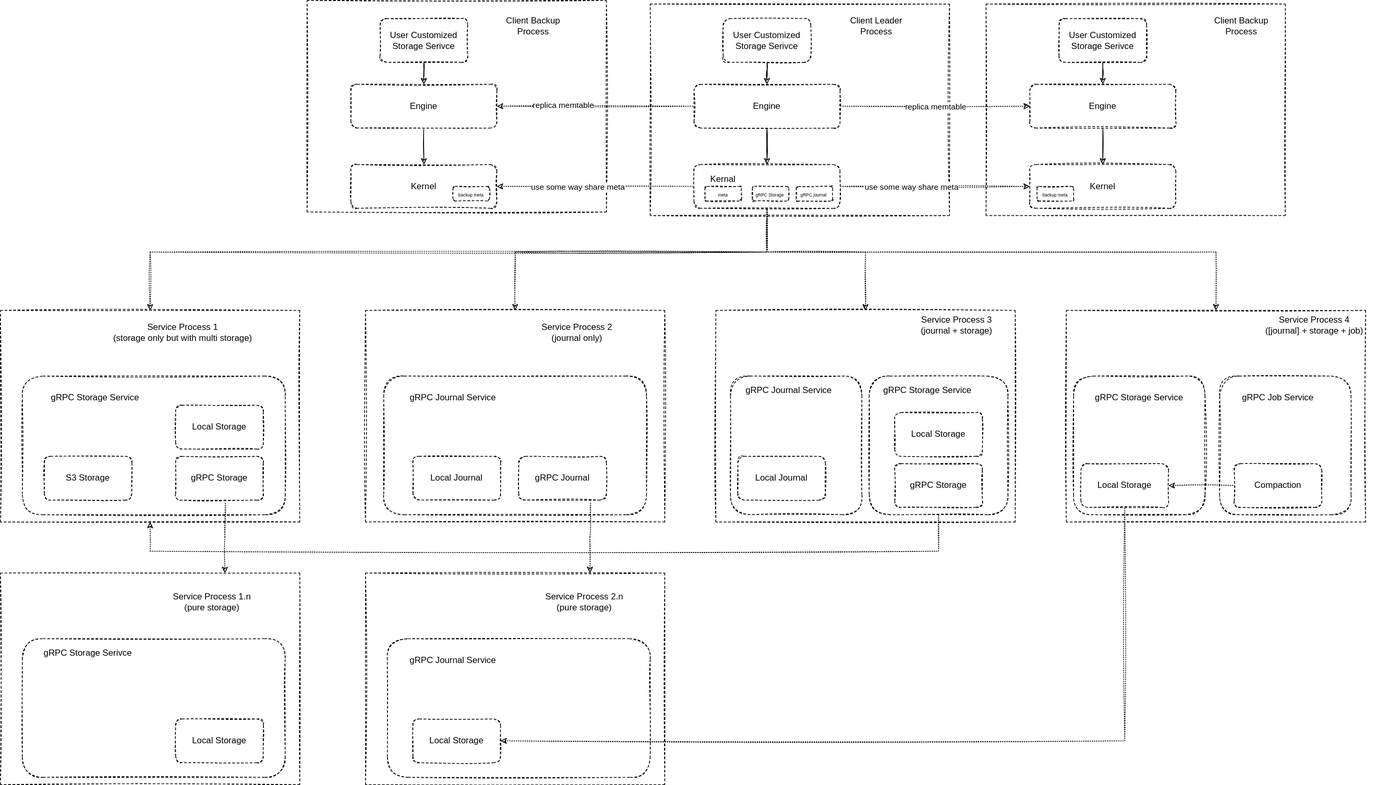
zojw/misc keeps this draw.io diagram as ep.svg. Above is the earlier version. Source tidied: cells renumbered, new cells last; positions are measured from the earlier drawing's top-left corner, leaving out a move shared by most shapes.
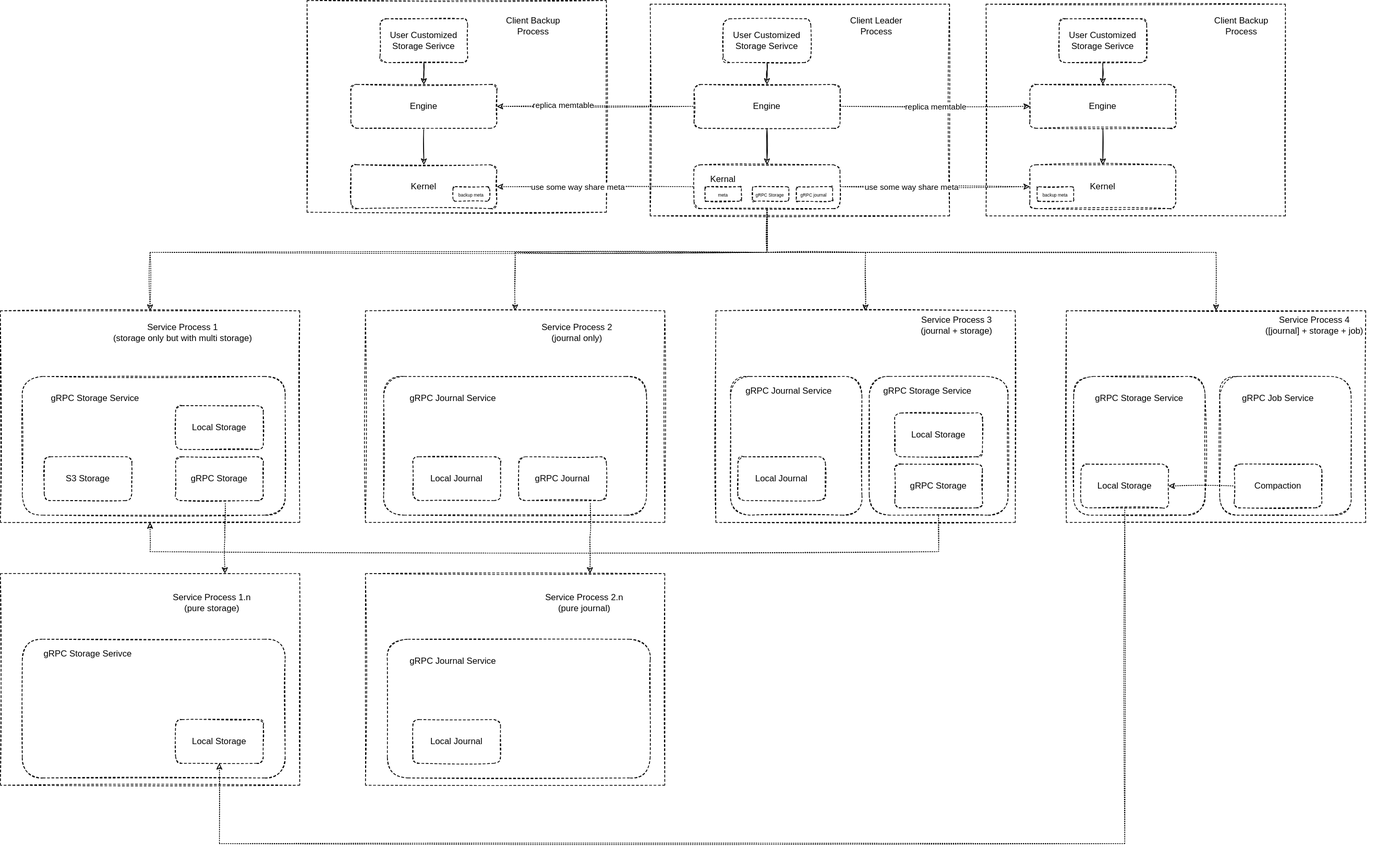
Later version of the same file.

Diff of the diagram source:
```diff
@@ -183,13 +183,13 @@
     <mxCell id="55" style="rounded=1;whiteSpace=wrap;html=1;dashed=1;sketch=1;" parent="1" vertex="1">
       <mxGeometry x="530" y="875" width="360" height="190" as="geometry" />
     </mxCell>
-    <mxCell id="56" value="Local Storage" style="rounded=1;whiteSpace=wrap;html=1;dashed=1;sketch=1;" parent="1" vertex="1">
+    <mxCell id="56" value="Local Journal" style="rounded=1;whiteSpace=wrap;html=1;dashed=1;sketch=1;" parent="1" vertex="1">
       <mxGeometry x="565" y="985" width="120" height="60" as="geometry" />
     </mxCell>
     <mxCell id="57" value="gRPC Journal Service" style="text;html=1;strokeColor=none;fillColor=none;align=center;verticalAlign=middle;whiteSpace=wrap;rounded=0;dashed=1;sketch=1;" parent="1" vertex="1">
       <mxGeometry x="550" y="895" width="140" height="20" as="geometry" />
     </mxCell>
-    <mxCell id="58" value="Service Process 2.n&lt;br&gt;(pure storage)" style="text;html=1;strokeColor=none;fillColor=none;align=center;verticalAlign=middle;whiteSpace=wrap;rounded=0;dashed=1;sketch=1;" parent="1" vertex="1">
+    <mxCell id="58" value="Service Process 2.n&lt;br&gt;(pure journal)" style="text;html=1;strokeColor=none;fillColor=none;align=center;verticalAlign=middle;whiteSpace=wrap;rounded=0;dashed=1;sketch=1;" parent="1" vertex="1">
       <mxGeometry x="700" y="815" width="200" height="20" as="geometry" />
     </mxCell>
     <mxCell id="59" value="gRPC Journal" style="rounded=1;whiteSpace=wrap;html=1;dashed=1;sketch=1;" parent="1" vertex="1">
@@ -262,8 +262,13 @@
     <mxCell id="78" value="Compaction" style="rounded=1;whiteSpace=wrap;html=1;dashed=1;sketch=1;" parent="1" vertex="1">
       <mxGeometry x="1690" y="635" width="120" height="60" as="geometry" />
     </mxCell>
-    <mxCell id="79" style="edgeStyle=orthogonalEdgeStyle;rounded=0;sketch=1;jettySize=auto;html=1;exitX=1;exitY=0.5;exitDx=0;exitDy=0;entryX=0.5;entryY=1;entryDx=0;entryDy=0;dashed=1;dashPattern=1 2;startArrow=classic;startFill=1;endArrow=none;endFill=0;" parent="1" edge="1" source="56" target="76">
-      <mxGeometry relative="1" as="geometry" />
+    <mxCell id="79" style="edgeStyle=orthogonalEdgeStyle;rounded=0;sketch=1;jettySize=auto;html=1;entryX=0.5;entryY=1;entryDx=0;entryDy=0;dashed=1;dashPattern=1 2;startArrow=classic;startFill=1;endArrow=none;endFill=0;" parent="1" edge="1" source="47" target="76">
+      <mxGeometry relative="1" as="geometry">
+        <Array as="points">
+          <mxPoint x="300" y="1155" />
+          <mxPoint x="1540" y="1155" />
+        </Array>
+      </mxGeometry>
     </mxCell>
     <mxCell id="80" value="&lt;font style=&quot;font-size: 6px&quot;&gt;gRPC Storage&amp;nbsp;&lt;/font&gt;" style="rounded=1;whiteSpace=wrap;html=1;dashed=1;sketch=1;" parent="1" vertex="1">
       <mxGeometry x="1030" y="255" width="50" height="20" as="geometry" />
```
